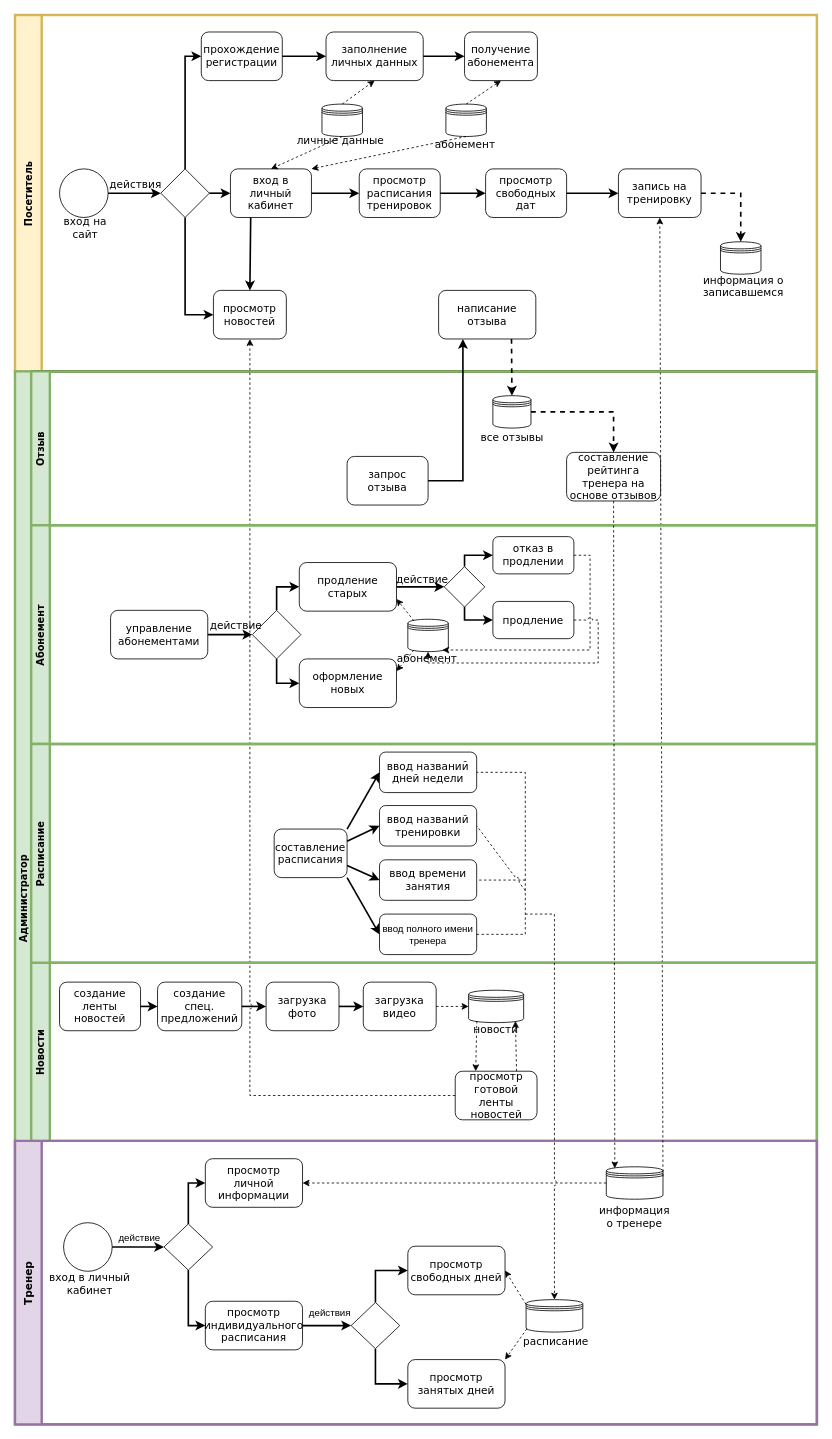
Above: page "Страница 2" (2 of 2) of Diagrams/DFD 2.drawio in yuliapyrikova/- (draw.io), before the change. Source tidied: cells renumbered, new cells numbered last; positions are measured from the earlier drawing's top-left corner, leaving out a move shared by most shapes. Both pictures are drawn from the tidied source at 81%, with x=0, y=0 at pixel (15, 15).
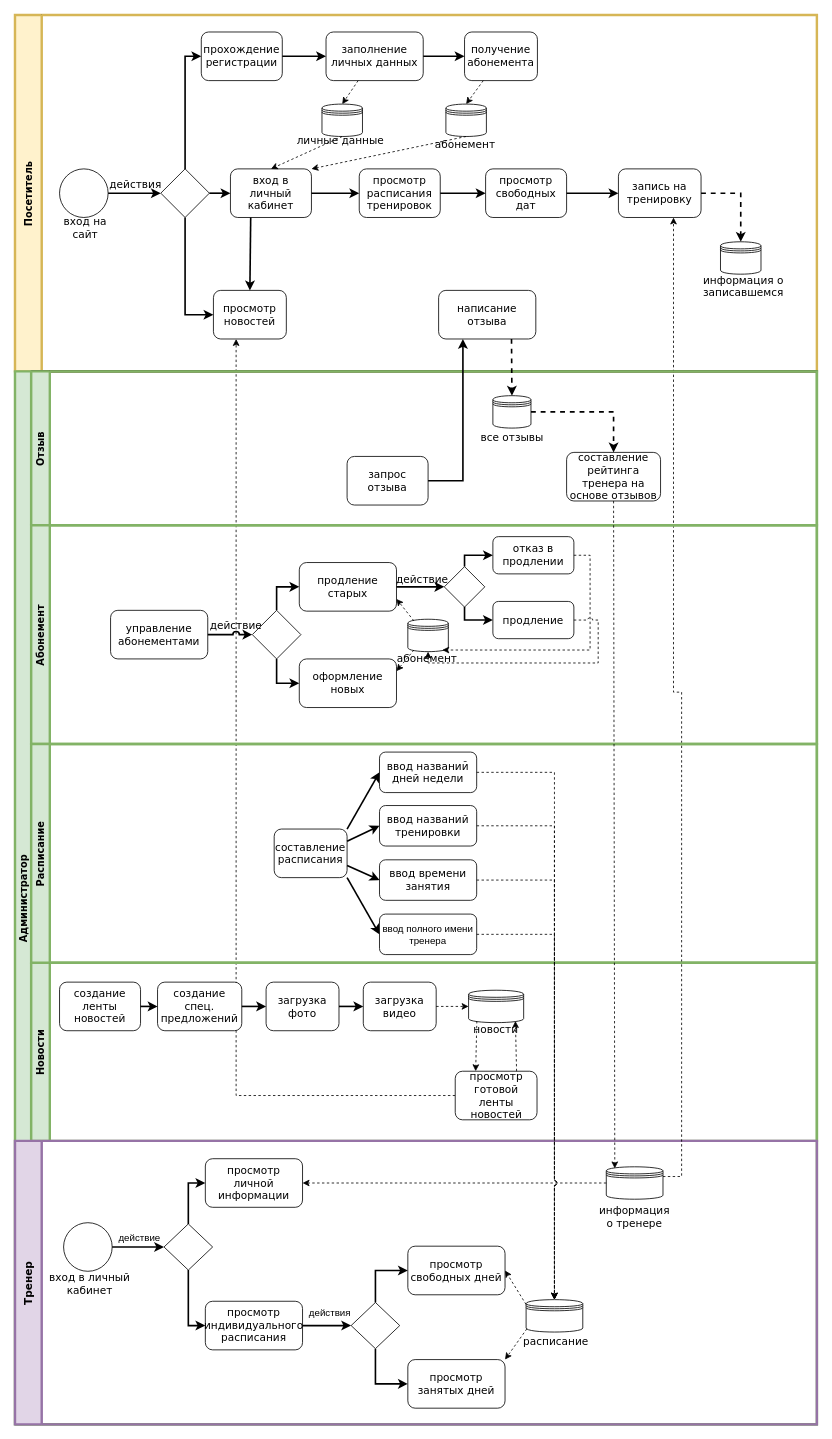
Above is the later version.

Unchanged cells that the change refers to:
```xml
<mxCell id="2" style="swimlane;horizontal=0;startSize=0;strokeWidth=2;" parent="1" vertex="1">
  <mxGeometry width="990" height="1740" as="geometry" />
</mxCell>
<mxCell id="3" value="Посетитель" style="swimlane;startSize=33;horizontal=0;fillColor=#fff2cc;strokeColor=#d6b656;strokeWidth=3;fontFamily=Verdana;" parent="2" vertex="1">
  <mxGeometry width="990" height="440" as="geometry" />
</mxCell>
<mxCell id="10" value="получение абонемента" style="rounded=1;whiteSpace=wrap;html=1;fontSize=13;fontFamily=Verdana;" parent="3" vertex="1">
  <mxGeometry x="555" y="21" width="90" height="60" as="geometry" />
</mxCell>
<mxCell id="11" value="заполнение личных данных" style="rounded=1;whiteSpace=wrap;html=1;fontSize=13;fontFamily=Verdana;" parent="3" vertex="1">
  <mxGeometry x="384" y="21" width="120" height="60" as="geometry" />
</mxCell>
<mxCell id="16" value="просмотр новостей" style="rounded=1;whiteSpace=wrap;html=1;fontSize=13;fontFamily=Verdana;" parent="3" vertex="1">
  <mxGeometry x="245" y="340" width="90" height="60" as="geometry" />
</mxCell>
<mxCell id="27" style="shape=datastore;whiteSpace=wrap;html=1;fontSize=13;fontFamily=Verdana;" parent="3" vertex="1">
  <mxGeometry x="379" y="110" width="50" height="40" as="geometry" />
</mxCell>
<mxCell id="28" style="shape=datastore;whiteSpace=wrap;html=1;fontSize=13;fontFamily=Verdana;" parent="3" vertex="1">
  <mxGeometry x="532" y="110" width="50" height="40" as="geometry" />
</mxCell>
<mxCell id="33" value="запись на тренировку" style="rounded=1;whiteSpace=wrap;html=1;fontSize=13;fontFamily=Verdana;" parent="3" vertex="1">
  <mxGeometry x="745" y="190" width="102" height="60" as="geometry" />
</mxCell>
<mxCell id="41" value="просмотр готовой ленты новостей" style="rounded=1;whiteSpace=wrap;html=1;fontSize=13;fontFamily=Verdana;" parent="39" vertex="1">
  <mxGeometry x="523.5" y="134" width="101" height="60" as="geometry" />
</mxCell>
<mxCell id="54" style="shape=datastore;whiteSpace=wrap;html=1;" parent="53" vertex="1">
  <mxGeometry x="730" y="32" width="70" height="40" as="geometry" />
</mxCell>
<mxCell id="72" style="shape=datastore;whiteSpace=wrap;html=1;" parent="53" vertex="1">
  <mxGeometry x="631" y="196" width="70" height="40" as="geometry" />
</mxCell>
<mxCell id="108" value="Расписание" style="swimlane;startSize=23;horizontal=0;fillColor=#d5e8d4;strokeColor=#82b366;strokeWidth=3;fontFamily=Verdana;" parent="79" vertex="1">
  <mxGeometry y="460" width="970" height="270" as="geometry" />
</mxCell>
<mxCell id="110" value="ввод названий дней недели" style="rounded=1;whiteSpace=wrap;html=1;fontSize=13;fontFamily=Verdana;" parent="108" vertex="1">
  <mxGeometry x="430" y="10" width="120" height="50" as="geometry" />
</mxCell>
<mxCell id="111" value="ввод названий тренировки" style="rounded=1;whiteSpace=wrap;html=1;fontSize=13;fontFamily=Verdana;" parent="108" vertex="1">
  <mxGeometry x="430" y="76" width="120" height="50" as="geometry" />
</mxCell>
<mxCell id="112" value="ввод времени занятия" style="rounded=1;whiteSpace=wrap;html=1;fontSize=13;fontFamily=Verdana;" parent="108" vertex="1">
  <mxGeometry x="430" y="143" width="120" height="50" as="geometry" />
</mxCell>
<mxCell id="113" value="ввод полного имени тренера" style="rounded=1;whiteSpace=wrap;html=1;" parent="108" vertex="1">
  <mxGeometry x="430" y="210" width="120" height="50" as="geometry" />
</mxCell>
```

The edit, as a diff of the source:
```diff
@@
+    <mxCell id="78" style="endArrow=classic;html=1;rounded=0;dashed=1;jumpStyle=arc;exitX=0;exitY=0.5;exitDx=0;exitDy=0;edgeStyle=orthogonalEdgeStyle;" parent="2" edge="1" source="41" target="16">
+      <mxGeometry relative="1" as="geometry">
+        <Array as="points">
+          <mxPoint x="273" y="1334" />
+        </Array>
+      </mxGeometry>
+    </mxCell>
@@
-    <mxCell id="31" style="endArrow=classic;html=1;rounded=0;dashed=1;exitX=0.5;exitY=0;exitDx=0;exitDy=0;entryX=0.5;entryY=1;entryDx=0;entryDy=0;fontSize=13;fontFamily=Verdana;" parent="3" edge="1" source="27" target="11">
+    <mxCell id="31" style="endArrow=classic;html=1;rounded=0;dashed=1;fontSize=13;fontFamily=Verdana;entryX=0.5;entryY=0;entryDx=0;entryDy=0;" parent="3" edge="1" source="11" target="27">
       <mxGeometry relative="1" as="geometry" />
     </mxCell>
-    <mxCell id="32" style="endArrow=classic;html=1;rounded=0;dashed=1;exitX=0.5;exitY=0;exitDx=0;exitDy=0;entryX=0.5;entryY=1;entryDx=0;entryDy=0;fontSize=13;fontFamily=Verdana;" parent="3" edge="1" source="28" target="10">
+    <mxCell id="32" style="endArrow=classic;html=1;rounded=0;dashed=1;fontSize=13;fontFamily=Verdana;entryX=0.5;entryY=0;entryDx=0;entryDy=0;" parent="3" edge="1" source="10" target="28">
       <mxGeometry relative="1" as="geometry" />
     </mxCell>
@@
-    <mxCell id="77" style="endArrow=classic;html=1;rounded=0;dashed=1;exitX=1;exitY=0.3;exitDx=0;exitDy=0;strokeWidth=1;" parent="2" edge="1" source="54" target="33">
-      <mxGeometry relative="1" as="geometry" />
+    <mxCell id="77" style="endArrow=classic;html=1;rounded=0;dashed=1;exitX=1;exitY=0.3;exitDx=0;exitDy=0;strokeWidth=1;edgeStyle=orthogonalEdgeStyle;" parent="2" edge="1" source="54" target="33">
+      <mxGeometry relative="1" as="geometry">
+        <Array as="points">
+          <mxPoint x="823" y="1434" />
+          <mxPoint x="823" y="836" />
+          <mxPoint x="813" y="836" />
+        </Array>
+      </mxGeometry>
     </mxCell>
-    <mxCell id="78" style="endArrow=classic;html=1;rounded=0;dashed=1;jumpStyle=arc;entryX=0.5;entryY=1;entryDx=0;entryDy=0;exitX=0;exitY=0.5;exitDx=0;exitDy=0;" parent="2" edge="1" source="41" target="16">
-      <mxGeometry relative="1" as="geometry">
-        <Array as="points">
-          <mxPoint x="290" y="1334" />
-        </Array>
-      </mxGeometry>
-    </mxCell>
@@
-    <mxCell id="118" style="endArrow=none;dashed=1;html=1;rounded=0;jumpStyle=arc;entryX=1;entryY=0.5;entryDx=0;entryDy=0;exitX=1;exitY=0.5;exitDx=0;exitDy=0;fontSize=13;fontFamily=Verdana;" parent="108" edge="1" source="113" target="110">
-      <mxGeometry relative="1" as="geometry">
-        <Array as="points">
-          <mxPoint x="610" y="235" />
-          <mxPoint x="610" y="35" />
-        </Array>
-      </mxGeometry>
-    </mxCell>
-    <mxCell id="119" style="endArrow=none;dashed=1;html=1;rounded=0;jumpStyle=arc;entryX=1;entryY=0.5;entryDx=0;entryDy=0;fontSize=13;fontFamily=Verdana;" parent="108" edge="1" target="112">
-      <mxGeometry relative="1" as="geometry">
-        <mxPoint x="610" y="168" as="sourcePoint" />
-      </mxGeometry>
-    </mxCell>
@@
-    <mxCell id="123" style="endArrow=none;dashed=1;html=1;rounded=0;jumpStyle=arc;entryX=1;entryY=0.5;entryDx=0;entryDy=0;fontSize=13;fontFamily=Verdana;" parent="1" edge="1" target="111">
-      <mxGeometry relative="1" as="geometry">
-        <mxPoint x="630" y="1081" as="sourcePoint" />
-      </mxGeometry>
-    </mxCell>
-    <mxCell id="124" style="endArrow=classic;html=1;rounded=0;jumpStyle=arc;entryX=0.5;entryY=0;entryDx=0;entryDy=0;dashed=1;" parent="1" edge="1" target="72">
-      <mxGeometry relative="1" as="geometry">
-        <mxPoint x="630" y="1110" as="sourcePoint" />
-        <Array as="points">
-          <mxPoint x="666" y="1110" />
-        </Array>
-      </mxGeometry>
+    <mxCell id="124" style="endArrow=classic;html=1;rounded=0;jumpStyle=arc;entryX=0.5;entryY=0;entryDx=0;entryDy=0;dashed=1;edgeStyle=orthogonalEdgeStyle;" parent="1" edge="1" source="110" target="72">
+      <mxGeometry relative="1" as="geometry" />
     </mxCell>
+    <mxCell id="125" style="edgeStyle=orthogonalEdgeStyle;rounded=0;jumpStyle=arc;jettySize=auto;html=1;entryX=0.5;entryY=0;entryDx=0;entryDy=0;dashed=1;" parent="1" edge="1" source="111" target="72">
+      <mxGeometry relative="1" as="geometry" />
+    </mxCell>
+    <mxCell id="126" style="edgeStyle=orthogonalEdgeStyle;rounded=0;jumpStyle=arc;jettySize=auto;html=1;entryX=0.5;entryY=0;entryDx=0;entryDy=0;dashed=1;" parent="1" edge="1" source="112" target="72">
+      <mxGeometry relative="1" as="geometry" />
+    </mxCell>
+    <mxCell id="127" style="edgeStyle=orthogonalEdgeStyle;rounded=0;jumpStyle=arc;jettySize=auto;html=1;entryX=0.5;entryY=0;entryDx=0;entryDy=0;dashed=1;" parent="1" edge="1" source="113" target="72">
+      <mxGeometry relative="1" as="geometry" />
+    </mxCell>
```
